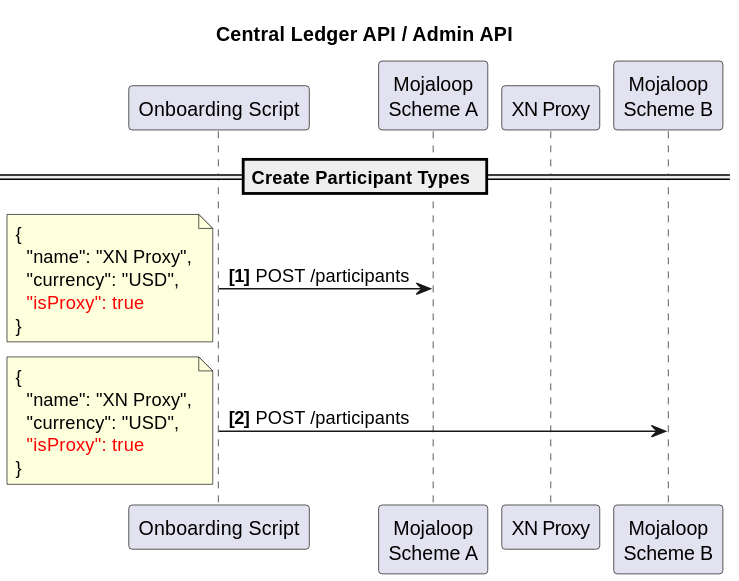
The PlantUML diagram docs/fr/product/features/Interscheme/SettingUpProxys.svg in mojaloop/documentation, before a commit. Its source is kept beside it as docs/fr/product/features/Interscheme/SettingUpProxys.plantuml.
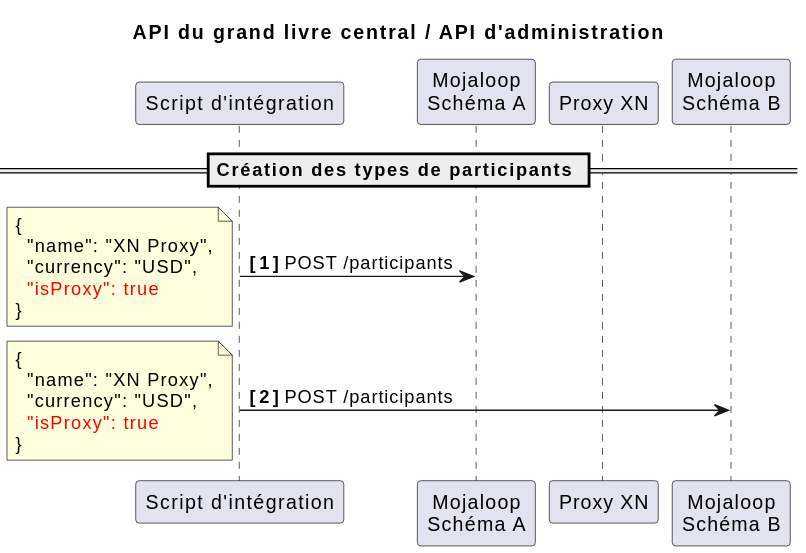
The same diagram one commit later.

What changed in the source:
```diff
@@ -1,14 +1,14 @@
 @startuml SettingUpProxys
-title Central Ledger API / Admin API
+title API du grand livre central / API d'administration
 
-participant "Onboarding Script" as script
-participant "Mojaloop\nScheme A" as schemeA
-participant "XN Proxy" as xnp
-participant "Mojaloop\nScheme B" as schemeB
+participant "Script d'intégration" as script
+participant "Mojaloop\nSchéma A" as schemeA
+participant "Proxy XN" as xnp
+participant "Mojaloop\nSchéma B" as schemeB
 
 autonumber 1 "<b>[0]"
 
-== Create Participant Types ==
+== Création des types de participants ==
 
 script -> schemeA: POST /participants
 note left
```
